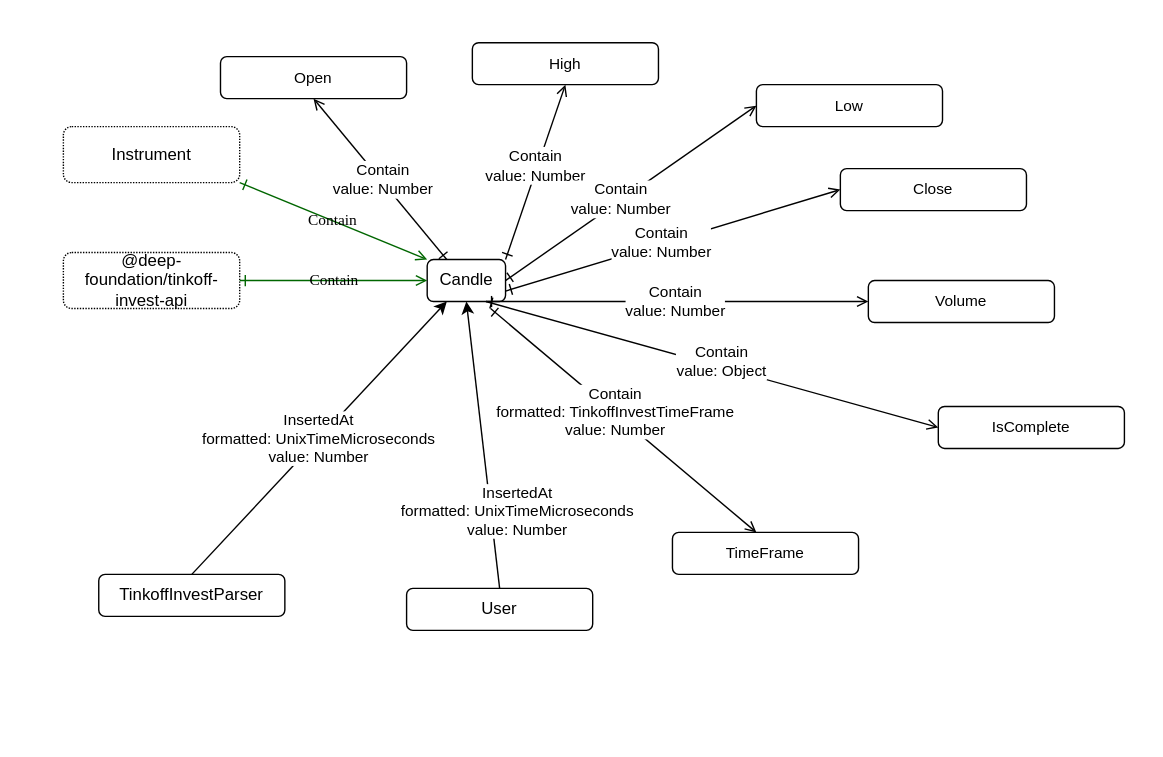
The draw.io diagram src/candle/Candle.drawio.svg in suenot/deep-tinkoff-invest-api, before a commit. Source tidied: cells renumbered, new cells last; positions are measured from the earlier drawing's top-left corner, leaving out a move shared by most shapes.
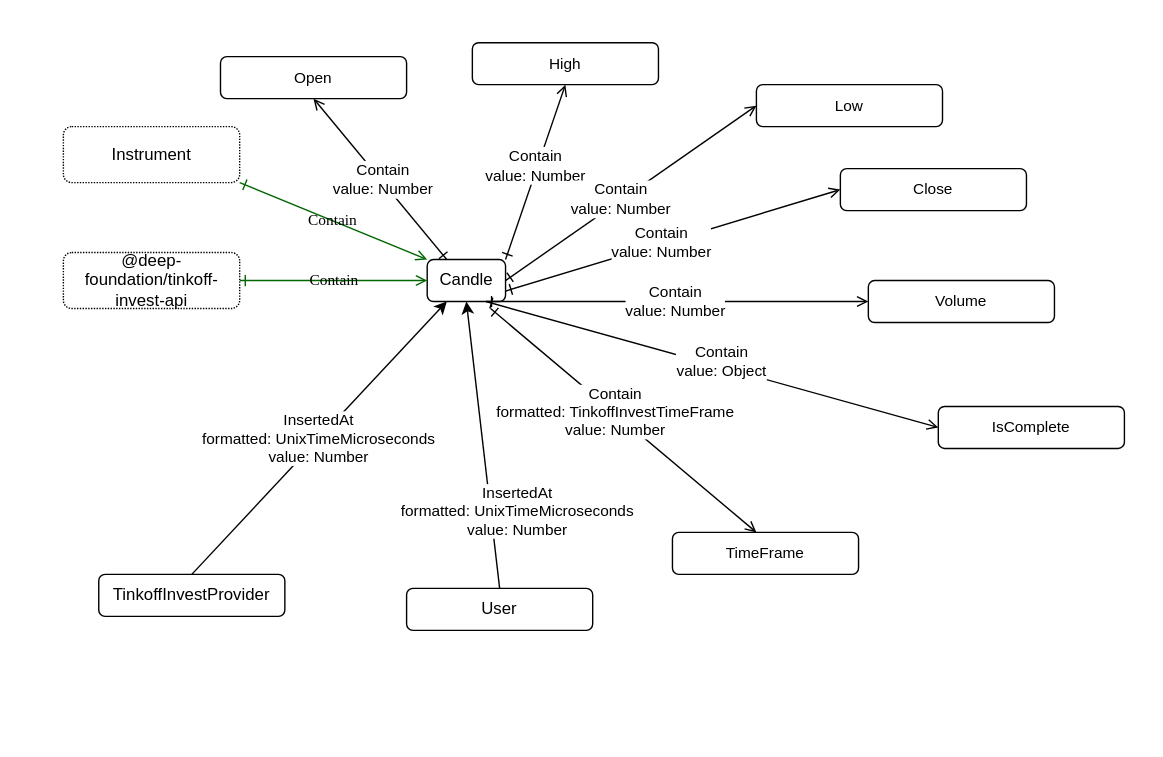
After the commit.

Commit message:
transaction and candle drawio

Change to the diagram source:
```diff
@@ -46,7 +46,7 @@
     <mxCell id="15" value="InsertedAt&lt;br&gt;formatted: UnixTimeMicroseconds&amp;nbsp;&lt;br&gt;value: Number" style="edgeStyle=none;html=1;exitX=0.5;exitY=0;exitDx=0;exitDy=0;entryX=0.25;entryY=1;entryDx=0;entryDy=0;" parent="1" edge="1" source="16" target="5">
       <mxGeometry relative="1" as="geometry" />
     </mxCell>
-    <mxCell id="16" value="TinkoffInvestParser" style="rounded=1;whiteSpace=wrap;html=1;labelBackgroundColor=none;" parent="1" vertex="1">
+    <mxCell id="16" value="TinkoffInvestProvider" style="rounded=1;whiteSpace=wrap;html=1;labelBackgroundColor=none;" parent="1" vertex="1">
       <mxGeometry x="70" y="410" width="133" height="30" as="geometry" />
     </mxCell>
     <mxCell id="17" style="edgeStyle=none;html=1;exitX=0.75;exitY=1;exitDx=0;exitDy=0;startArrow=ERone;startFill=0;endArrow=open;endFill=0;entryX=0;entryY=0.5;entryDx=0;entryDy=0;" parent="1" edge="1" source="5" target="27">
```
